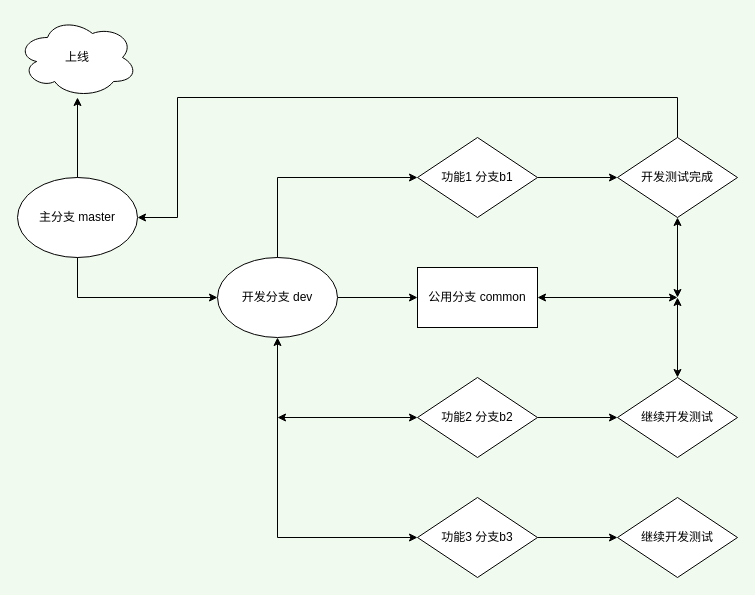
Before: 开发使用分支说明.drawio in Cy-Draw/Flowchart, a draw.io diagram. Source tidied: cells renumbered, new cells numbered last; positions are measured from the earlier drawing's top-left corner, leaving out a move shared by most shapes. Both pictures are drawn from the tidied source at 100%, with x=0, y=0 at pixel (17, 17).
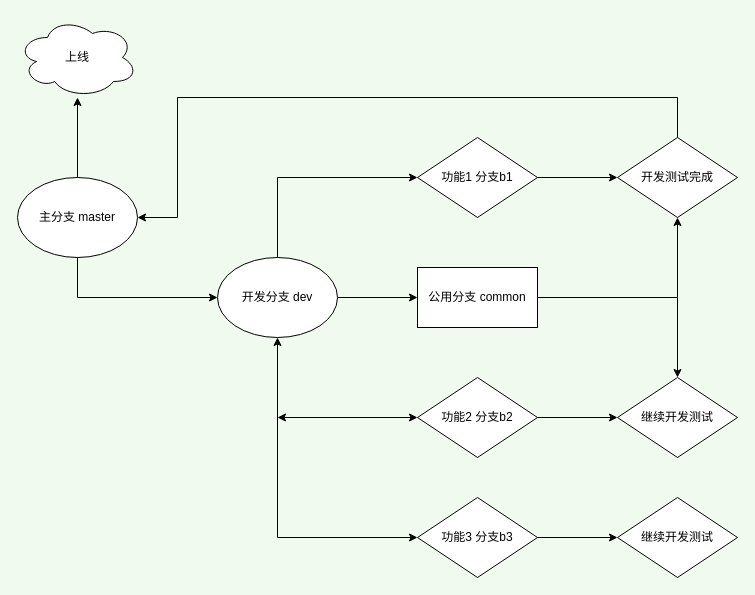
Above is the later version.

Commit message:
更新开发使用分支说明.drawio

Unchanged cells that the change refers to:
```xml
<mxCell id="12" value="开发测试完成" style="rhombus;whiteSpace=wrap;html=1;" parent="1" vertex="1">
  <mxGeometry x="600" y="120" width="120" height="80" as="geometry" />
</mxCell>
<mxCell id="18" value="继续开发测试" style="rhombus;whiteSpace=wrap;html=1;" parent="1" vertex="1">
  <mxGeometry x="600" y="360" width="120" height="80" as="geometry" />
</mxCell>
<mxCell id="19" value="公用分支 common" style="whiteSpace=wrap;html=1;" parent="1" vertex="1">
  <mxGeometry x="400" y="250" width="120" height="60" as="geometry" />
</mxCell>
```

The edit, as a diff of the source:
```diff
@@
-    <mxCell id="22" style="endArrow=classic;startArrow=classic;html=1;rounded=0;exitX=1;exitY=0.5;exitDx=0;exitDy=0;" parent="1" edge="1" source="19">
-      <mxGeometry relative="1" as="geometry">
-        <mxPoint x="660" y="280" as="targetPoint" />
-      </mxGeometry>
-    </mxCell>
-    <mxCell id="23" style="endArrow=classic;startArrow=classic;html=1;rounded=0;" parent="1" edge="1" source="18">
-      <mxGeometry relative="1" as="geometry">
-        <mxPoint x="660" y="280" as="targetPoint" />
-      </mxGeometry>
-    </mxCell>
-    <mxCell id="24" style="endArrow=classic;startArrow=classic;html=1;rounded=0;entryX=0.5;entryY=1;entryDx=0;entryDy=0;" parent="1" edge="1" target="12">
-      <mxGeometry relative="1" as="geometry">
-        <mxPoint x="660" y="280" as="sourcePoint" />
-      </mxGeometry>
-    </mxCell>
+    <mxCell id="25" style="endArrow=classic;html=1;rounded=0;exitX=1;exitY=0.5;exitDx=0;exitDy=0;entryX=0.5;entryY=0;entryDx=0;entryDy=0;" parent="1" edge="1" source="19" target="18">
+      <mxGeometry relative="1" as="geometry">
+        <Array as="points">
+          <mxPoint x="660" y="280" />
+        </Array>
+      </mxGeometry>
+    </mxCell>
+    <mxCell id="26" style="endArrow=classic;html=1;rounded=0;entryX=0.5;entryY=1;entryDx=0;entryDy=0;" parent="1" edge="1" target="12">
+      <mxGeometry relative="1" as="geometry">
+        <mxPoint x="520" y="280" as="sourcePoint" />
+        <Array as="points">
+          <mxPoint x="660" y="280" />
+        </Array>
+      </mxGeometry>
+    </mxCell>
```
